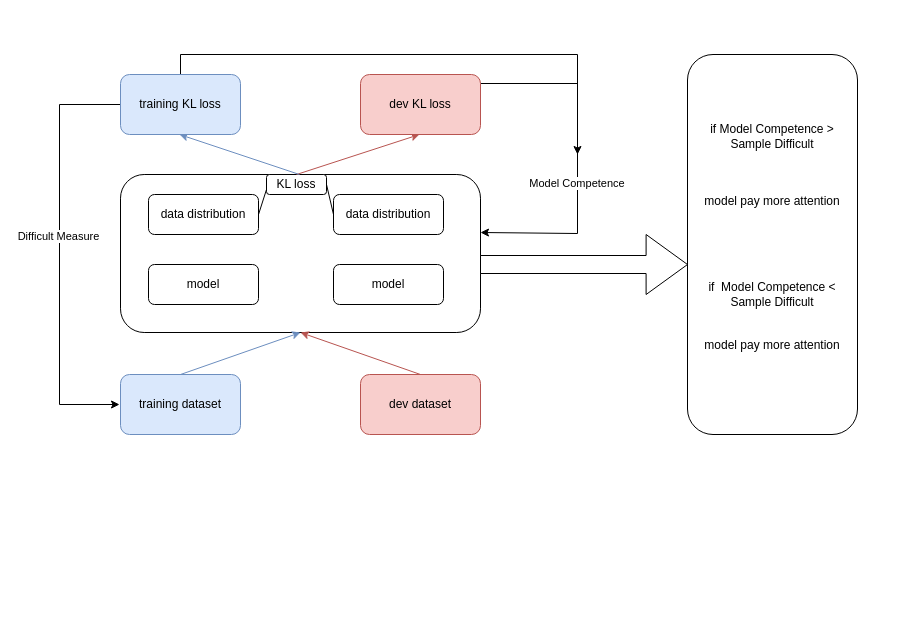
The draw.io diagram 未命名绘图.drawio in xinxinxing/R-Drop, before the edit. Source tidied: cells renumbered, new cells numbered last; positions are measured from the earlier drawing's top-left corner, leaving out a move shared by most shapes. Both pictures are drawn from the tidied source at 100%, with x=0, y=0 at pixel (59, 54).
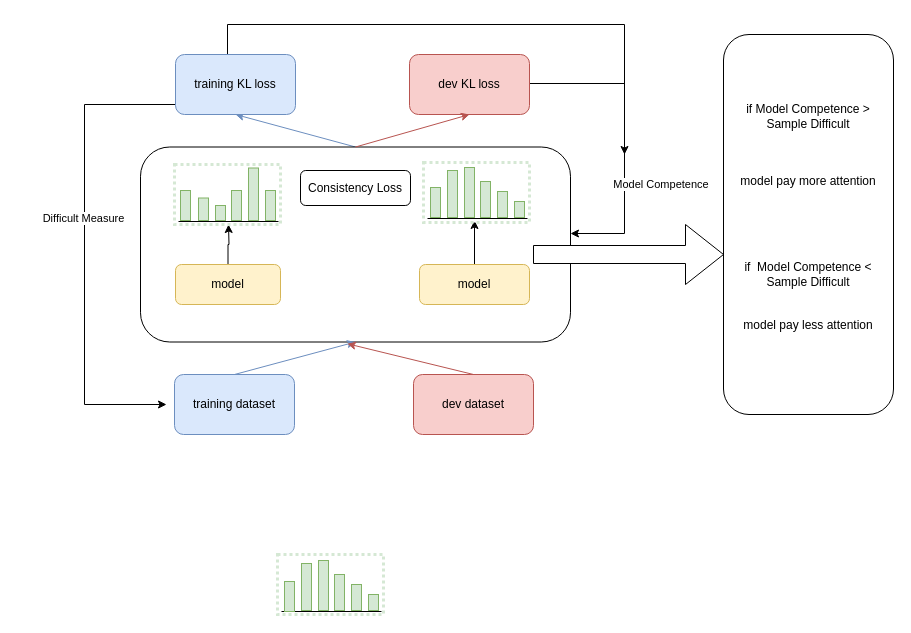
After the change.

Commit message:
更新未命名绘图.drawio

Change to the diagram source:
```diff
@@
+    <mxCell id="25" style="rounded=0;jettySize=auto;html=1;exitX=0.5;exitY=0;exitDx=0;exitDy=0;entryX=0.5;entryY=1;entryDx=0;entryDy=0;fillColor=#dae8fc;strokeColor=#6c8ebf;" parent="1" edge="1" source="26" target="19">
+      <mxGeometry relative="1" as="geometry" />
+    </mxCell>
+    <mxCell id="26" style="rounded=1;whiteSpace=wrap;html=1;" parent="1" vertex="1">
+      <mxGeometry x="81" y="92.5" width="430" height="195" as="geometry" />
+    </mxCell>
     <mxCell id="2" value="training dataset" style="rounded=1;whiteSpace=wrap;html=1;fillColor=#dae8fc;strokeColor=#6c8ebf;" parent="1" vertex="1">
-      <mxGeometry x="61" y="320" width="120" height="60" as="geometry" />
+      <mxGeometry x="115" y="320" width="120" height="60" as="geometry" />
     </mxCell>
     <mxCell id="3" value="dev dataset" style="rounded=1;whiteSpace=wrap;html=1;fillColor=#f8cecc;strokeColor=#b85450;" parent="1" vertex="1">
-      <mxGeometry x="301" y="320" width="120" height="60" as="geometry" />
+      <mxGeometry x="354" y="320" width="120" height="60" as="geometry" />
     </mxCell>
-    <mxCell id="4" style="rounded=1;whiteSpace=wrap;html=1;" parent="1" vertex="1">
-      <mxGeometry x="61" y="120" width="360" height="158" as="geometry" />
-    </mxCell>
-    <mxCell id="5" style="endArrow=classic;html=1;rounded=0;exitX=0.5;exitY=0;exitDx=0;exitDy=0;entryX=0.5;entryY=1;entryDx=0;entryDy=0;fillColor=#dae8fc;strokeColor=#6c8ebf;" parent="1" edge="1" source="2" target="4">
+    <mxCell id="5" style="endArrow=classic;html=1;rounded=0;exitX=0.5;exitY=0;exitDx=0;exitDy=0;entryX=0.5;entryY=1;entryDx=0;entryDy=0;fillColor=#dae8fc;strokeColor=#6c8ebf;" parent="1" edge="1" source="2" target="26">
       <mxGeometry relative="1" as="geometry" />
     </mxCell>
-    <mxCell id="6" style="endArrow=classic;html=1;rounded=0;entryX=0.5;entryY=1;entryDx=0;entryDy=0;fillColor=#f8cecc;strokeColor=#b85450;exitX=0.5;exitY=0;exitDx=0;exitDy=0;" parent="1" edge="1" source="3" target="4">
+    <mxCell id="6" style="endArrow=classic;html=1;rounded=0;entryX=0.481;entryY=1.009;entryDx=0;entryDy=0;fillColor=#f8cecc;strokeColor=#b85450;exitX=0.5;exitY=0;exitDx=0;exitDy=0;entryPerimeter=0;" parent="1" edge="1" source="3" target="26">
       <mxGeometry relative="1" as="geometry" />
     </mxCell>
+    <mxCell id="27" style="edgeStyle=orthogonalEdgeStyle;rounded=0;jettySize=auto;html=1;exitX=0.5;exitY=0;exitDx=0;exitDy=0;" parent="1" edge="1" source="7">
+      <mxGeometry relative="1" as="geometry">
+        <mxPoint x="169" y="170" as="targetPoint" />
+      </mxGeometry>
+    </mxCell>
-    <mxCell id="7" value="model" style="rounded=1;whiteSpace=wrap;html=1;" parent="1" vertex="1">
-      <mxGeometry x="89" y="210" width="110" height="40" as="geometry" />
+    <mxCell id="7" value="model" style="rounded=1;whiteSpace=wrap;html=1;fillColor=#fff2cc;strokeColor=#d6b656;" parent="1" vertex="1">
+      <mxGeometry x="116" y="210" width="105" height="40" as="geometry" />
     </mxCell>
+    <mxCell id="28" style="edgeStyle=orthogonalEdgeStyle;rounded=0;orthogonalLoop=1;jettySize=auto;html=1;exitX=0.5;exitY=0;exitDx=0;exitDy=0;entryX=1;entryY=1;entryDx=0;entryDy=0;" parent="1" edge="1">
+      <mxGeometry relative="1" as="geometry">
+        <mxPoint x="415" y="213" as="sourcePoint" />
+        <mxPoint x="415" y="166" as="targetPoint" />
+      </mxGeometry>
+    </mxCell>
-    <mxCell id="8" value="model" style="rounded=1;whiteSpace=wrap;html=1;" parent="1" vertex="1">
-      <mxGeometry x="274" y="210" width="110" height="40" as="geometry" />
+    <mxCell id="8" value="model" style="rounded=1;whiteSpace=wrap;html=1;fillColor=#fff2cc;strokeColor=#d6b656;" parent="1" vertex="1">
+      <mxGeometry x="360" y="210" width="110" height="40" as="geometry" />
     </mxCell>
-    <mxCell id="9" value="data distribution" style="rounded=1;whiteSpace=wrap;html=1;" parent="1" vertex="1">
-      <mxGeometry x="89" y="140" width="110" height="40" as="geometry" />
-    </mxCell>
-    <mxCell id="10" value="data distribution" style="rounded=1;whiteSpace=wrap;html=1;" parent="1" vertex="1">
-      <mxGeometry x="274" y="140" width="110" height="40" as="geometry" />
-    </mxCell>
-    <mxCell id="11" value="KL loss" style="rounded=1;whiteSpace=wrap;html=1;" parent="1" vertex="1">
-      <mxGeometry x="207" y="120" width="60" height="20" as="geometry" />
+    <mxCell id="11" value="Consistency Loss" style="rounded=1;whiteSpace=wrap;html=1;" parent="1" vertex="1">
+      <mxGeometry x="241" y="116" width="110" height="35" as="geometry" />
     </mxCell>
-    <mxCell id="12" style="endArrow=none;html=1;rounded=0;exitX=1;exitY=0.5;exitDx=0;exitDy=0;entryX=0;entryY=0.75;entryDx=0;entryDy=0;" parent="1" edge="1" source="9" target="11">
-      <mxGeometry relative="1" as="geometry" />
-    </mxCell>
-    <mxCell id="13" style="endArrow=none;html=1;rounded=0;exitX=1;exitY=0.5;exitDx=0;exitDy=0;entryX=0;entryY=0.5;entryDx=0;entryDy=0;" parent="1" edge="1" source="11" target="10">
-      <mxGeometry relative="1" as="geometry" />
-    </mxCell>
-    <mxCell id="14" style="endArrow=classic;html=1;rounded=0;exitX=0.5;exitY=0;exitDx=0;exitDy=0;fillColor=#f8cecc;strokeColor=#b85450;" parent="1" edge="1" source="11">
-      <mxGeometry relative="1" as="geometry">
-        <mxPoint x="360" y="80" as="targetPoint" />
-      </mxGeometry>
-    </mxCell>
-    <mxCell id="15" style="endArrow=classic;html=1;rounded=0;fillColor=#dae8fc;strokeColor=#6c8ebf;" parent="1" edge="1">
-      <mxGeometry relative="1" as="geometry">
-        <mxPoint x="240" y="120" as="sourcePoint" />
-        <mxPoint x="120" y="80" as="targetPoint" />
-      </mxGeometry>
-    </mxCell>
     <mxCell id="16" style="edgeStyle=orthogonalEdgeStyle;rounded=0;jettySize=auto;html=1;exitX=0;exitY=0.5;exitDx=0;exitDy=0;" parent="1" edge="1" source="19">
       <mxGeometry relative="1" as="geometry">
-        <mxPoint x="60" y="350" as="targetPoint" />
+        <mxPoint x="107" y="350" as="targetPoint" />
         <Array as="points">
-          <mxPoint y="50" />
-          <mxPoint y="350" />
+          <mxPoint x="25" y="50" />
+          <mxPoint x="25" y="350" />
         </Array>
       </mxGeometry>
     </mxCell>
@@
     <mxCell id="18" style="edgeStyle=orthogonalEdgeStyle;rounded=0;jettySize=auto;html=1;exitX=0.5;exitY=0;exitDx=0;exitDy=0;" parent="1" edge="1" source="19">
       <mxGeometry relative="1" as="geometry">
-        <mxPoint x="518" y="100" as="targetPoint" />
+        <mxPoint x="565" y="100" as="targetPoint" />
         <Array as="points">
-          <mxPoint x="121" />
-          <mxPoint x="518" />
+          <mxPoint x="168" y="-30" />
+          <mxPoint x="565" y="-30" />
         </Array>
       </mxGeometry>
     </mxCell>
     <mxCell id="19" value="training KL loss" style="rounded=1;whiteSpace=wrap;html=1;fillColor=#dae8fc;strokeColor=#6c8ebf;" parent="1" vertex="1">
-      <mxGeometry x="61" y="20" width="120" height="60" as="geometry" />
+      <mxGeometry x="116" width="120" height="60" as="geometry" />
     </mxCell>
-    <mxCell id="20" style="edgeStyle=orthogonalEdgeStyle;rounded=0;orthogonalLoop=1;jettySize=auto;html=1;entryX=1;entryY=0.5;entryDx=0;entryDy=0;" parent="1" edge="1">
+    <mxCell id="20" style="edgeStyle=orthogonalEdgeStyle;rounded=0;jettySize=auto;html=1;" parent="1" edge="1" target="26">
       <mxGeometry relative="1" as="geometry">
-        <mxPoint x="421" y="29" as="sourcePoint" />
-        <mxPoint x="421" y="178" as="targetPoint" />
+        <mxPoint x="468" y="29" as="sourcePoint" />
         <Array as="points">
-          <mxPoint x="518" y="29" />
-          <mxPoint x="518" y="179" />
+          <mxPoint x="565" y="29" />
+          <mxPoint x="565" y="179" />
         </Array>
       </mxGeometry>
     </mxCell>
@@
     <mxCell id="22" value="dev KL loss" style="rounded=1;whiteSpace=wrap;html=1;fillColor=#f8cecc;strokeColor=#b85450;" parent="1" vertex="1">
-      <mxGeometry x="301" y="20" width="120" height="60" as="geometry" />
+      <mxGeometry x="350" width="120" height="60" as="geometry" />
     </mxCell>
     <mxCell id="23" style="shape=singleArrow;whiteSpace=wrap;html=1;" parent="1" vertex="1">
-      <mxGeometry x="421" y="180" width="207" height="60" as="geometry" />
+      <mxGeometry x="474" y="170" width="190" height="60" as="geometry" />
     </mxCell>
-    <mxCell id="24" value="&lt;br&gt;if&amp;nbsp;Model Competence &amp;gt; &lt;br&gt;Sample Difficult&lt;br&gt;&lt;br&gt;&lt;br&gt;&lt;br&gt;model pay more attention&lt;br&gt;&lt;br&gt;&lt;br&gt;&lt;br&gt;&lt;br&gt;&lt;br&gt;if&amp;nbsp; Model Competence &amp;lt; Sample Difficult&lt;br&gt;&amp;nbsp;&lt;br&gt;&lt;br&gt;model pay more attention&lt;br style=&quot;border-color: var(--border-color);&quot;&gt;&lt;br&gt;&amp;nbsp;&lt;br&gt;" style="rounded=1;whiteSpace=wrap;html=1;" parent="1" vertex="1">
-      <mxGeometry x="628" width="170" height="380" as="geometry" />
+    <mxCell id="24" value="&lt;br&gt;if&amp;nbsp;Model Competence &amp;gt; &lt;br&gt;Sample Difficult&lt;br&gt;&lt;br&gt;&lt;br&gt;&lt;br&gt;model pay more attention&lt;br&gt;&lt;br&gt;&lt;br&gt;&lt;br&gt;&lt;br&gt;&lt;br&gt;if&amp;nbsp; Model Competence &amp;lt; Sample Difficult&lt;br&gt;&amp;nbsp;&lt;br&gt;&lt;br&gt;model pay less attention&lt;br style=&quot;border-color: var(--border-color);&quot;&gt;&lt;br&gt;&amp;nbsp;" style="rounded=1;whiteSpace=wrap;html=1;" parent="1" vertex="1">
+      <mxGeometry x="664" y="-20" width="170" height="380" as="geometry" />
     </mxCell>
+    <mxCell id="29" style="group;" parent="1" vertex="1">
+      <mxGeometry x="364" y="107" width="106" height="60" as="geometry" />
+    </mxCell>
+    <mxCell id="30" style="rounded=0;whiteSpace=wrap;html=1;dashed=1;dashPattern=1 1;strokeColor=#d5e8d4;strokeWidth=3;" parent="29" vertex="1">
+      <mxGeometry y="1" width="106" height="60" as="geometry" />
+    </mxCell>
+    <mxCell id="31" style="endArrow=none;html=1;rounded=0;" parent="29" edge="1">
+      <mxGeometry relative="1" as="geometry">
+        <mxPoint x="4" y="57" as="sourcePoint" />
+        <mxPoint x="104" y="57" as="targetPoint" />
+      </mxGeometry>
+    </mxCell>
+    <mxCell id="32" style="rounded=0;whiteSpace=wrap;html=1;fillColor=#d5e8d4;strokeColor=#82b366;" parent="29" vertex="1">
+      <mxGeometry x="7" y="26" width="10" height="30" as="geometry" />
+    </mxCell>
+    <mxCell id="33" style="rounded=0;whiteSpace=wrap;html=1;fillColor=#d5e8d4;strokeColor=#82b366;" parent="29" vertex="1">
+      <mxGeometry x="24" y="9" width="10" height="47" as="geometry" />
+    </mxCell>
+    <mxCell id="34" style="rounded=0;whiteSpace=wrap;html=1;fillColor=#d5e8d4;strokeColor=#82b366;" parent="29" vertex="1">
+      <mxGeometry x="41" y="6" width="10" height="50" as="geometry" />
+    </mxCell>
+    <mxCell id="35" style="rounded=0;whiteSpace=wrap;html=1;fillColor=#d5e8d4;strokeColor=#82b366;" parent="29" vertex="1">
+      <mxGeometry x="57" y="20" width="10" height="36" as="geometry" />
+    </mxCell>
+    <mxCell id="36" style="rounded=0;whiteSpace=wrap;html=1;fillColor=#d5e8d4;strokeColor=#82b366;" parent="29" vertex="1">
+      <mxGeometry x="74" y="30" width="10" height="26" as="geometry" />
+    </mxCell>
+    <mxCell id="37" style="rounded=0;whiteSpace=wrap;html=1;fillColor=#d5e8d4;strokeColor=#82b366;" parent="29" vertex="1">
+      <mxGeometry x="91" y="40" width="10" height="16" as="geometry" />
+    </mxCell>
+    <mxCell id="38" style="group;" parent="1" vertex="1">
+      <mxGeometry x="115" y="110" width="106" height="60" as="geometry" />
+    </mxCell>
+    <mxCell id="39" style="rounded=0;whiteSpace=wrap;html=1;dashed=1;dashPattern=1 1;strokeColor=#d5e8d4;strokeWidth=3;" parent="38" vertex="1">
+      <mxGeometry width="106" height="60" as="geometry" />
+    </mxCell>
+    <mxCell id="40" style="endArrow=none;html=1;rounded=0;" parent="38" edge="1">
+      <mxGeometry relative="1" as="geometry">
+        <mxPoint x="4" y="57" as="sourcePoint" />
+        <mxPoint x="104" y="57" as="targetPoint" />
+      </mxGeometry>
+    </mxCell>
+    <mxCell id="41" style="rounded=0;whiteSpace=wrap;html=1;fillColor=#d5e8d4;strokeColor=#82b366;" parent="38" vertex="1">
+      <mxGeometry x="6" y="26" width="10" height="30" as="geometry" />
+    </mxCell>
+    <mxCell id="42" style="rounded=0;whiteSpace=wrap;html=1;fillColor=#d5e8d4;strokeColor=#82b366;" parent="38" vertex="1">
+      <mxGeometry x="24" y="33.5" width="10" height="22.5" as="geometry" />
+    </mxCell>
+    <mxCell id="43" style="rounded=0;whiteSpace=wrap;html=1;fillColor=#d5e8d4;strokeColor=#82b366;" parent="38" vertex="1">
+      <mxGeometry x="41" y="41" width="10" height="15" as="geometry" />
+    </mxCell>
+    <mxCell id="44" style="rounded=0;whiteSpace=wrap;html=1;fillColor=#d5e8d4;strokeColor=#82b366;" parent="38" vertex="1">
+      <mxGeometry x="57" y="26" width="10" height="30" as="geometry" />
+    </mxCell>
+    <mxCell id="45" style="rounded=0;whiteSpace=wrap;html=1;fillColor=#d5e8d4;strokeColor=#82b366;" parent="38" vertex="1">
+      <mxGeometry x="74" y="3.5" width="10" height="52.5" as="geometry" />
+    </mxCell>
+    <mxCell id="46" style="rounded=0;whiteSpace=wrap;html=1;fillColor=#d5e8d4;strokeColor=#82b366;" parent="38" vertex="1">
+      <mxGeometry x="91" y="26" width="10" height="30" as="geometry" />
+    </mxCell>
+    <mxCell id="47" style="group;" parent="1" vertex="1">
+      <mxGeometry x="218" y="500" width="106" height="60" as="geometry" />
+    </mxCell>
+    <mxCell id="48" style="rounded=0;whiteSpace=wrap;html=1;dashed=1;dashPattern=1 1;strokeColor=#d5e8d4;strokeWidth=3;" parent="47" vertex="1">
+      <mxGeometry width="106" height="60" as="geometry" />
+    </mxCell>
+    <mxCell id="49" style="endArrow=none;html=1;rounded=0;" parent="47" edge="1">
+      <mxGeometry relative="1" as="geometry">
+        <mxPoint x="4" y="57" as="sourcePoint" />
+        <mxPoint x="104" y="57" as="targetPoint" />
+      </mxGeometry>
+    </mxCell>
+    <mxCell id="50" style="rounded=0;whiteSpace=wrap;html=1;fillColor=#d5e8d4;strokeColor=#82b366;" parent="47" vertex="1">
+      <mxGeometry x="7" y="27" width="10" height="30" as="geometry" />
+    </mxCell>
+    <mxCell id="51" style="rounded=0;whiteSpace=wrap;html=1;fillColor=#d5e8d4;strokeColor=#82b366;" parent="47" vertex="1">
+      <mxGeometry x="24" y="9" width="10" height="47" as="geometry" />
+    </mxCell>
+    <mxCell id="52" style="rounded=0;whiteSpace=wrap;html=1;fillColor=#d5e8d4;strokeColor=#82b366;" parent="47" vertex="1">
+      <mxGeometry x="41" y="6" width="10" height="50" as="geometry" />
+    </mxCell>
+    <mxCell id="53" style="rounded=0;whiteSpace=wrap;html=1;fillColor=#d5e8d4;strokeColor=#82b366;" parent="47" vertex="1">
+      <mxGeometry x="57" y="20" width="10" height="36" as="geometry" />
+    </mxCell>
+    <mxCell id="54" style="rounded=0;whiteSpace=wrap;html=1;fillColor=#d5e8d4;strokeColor=#82b366;" parent="47" vertex="1">
+      <mxGeometry x="74" y="30" width="10" height="26" as="geometry" />
+    </mxCell>
+    <mxCell id="55" style="rounded=0;whiteSpace=wrap;html=1;fillColor=#d5e8d4;strokeColor=#82b366;" parent="47" vertex="1">
+      <mxGeometry x="91" y="40" width="10" height="16" as="geometry" />
+    </mxCell>
+    <mxCell id="56" style="endArrow=classic;html=1;rounded=0;entryX=0.5;entryY=1;entryDx=0;entryDy=0;exitX=0.5;exitY=0;exitDx=0;exitDy=0;fillColor=#f8cecc;strokeColor=#b85450;" parent="1" edge="1" source="26" target="22">
+      <mxGeometry relative="1" as="geometry" />
+    </mxCell>
```
